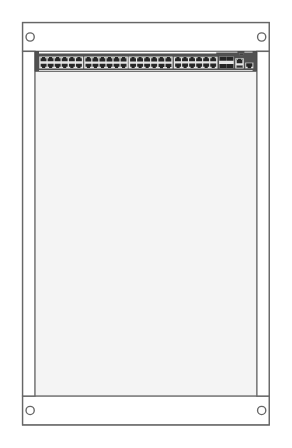
Before: Untitled Diagram.drawio in Slavik-Kek/Rack, a draw.io diagram. Source tidied: cells renumbered, new cells numbered last; positions are measured from the earlier drawing's top-left corner, leaving out a move shared by most shapes. Both pictures are drawn from the tidied source at 137%, with x=0, y=0 at pixel (22, 22).
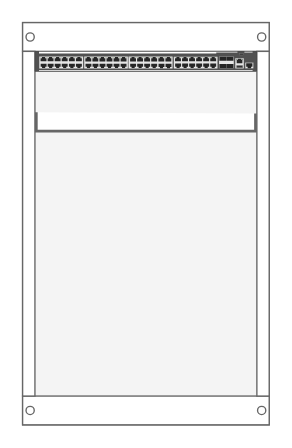
The same diagram, later.

Change to the diagram source:
```diff
@@
 <mxGraphModel>
   <root>
     <mxCell id="0" />
     <mxCell id="1" parent="0" />
     <mxCell id="2" style="strokeColor=#666666;html=1;verticalLabelPosition=bottom;labelBackgroundColor=#ffffff;verticalAlign=top;shadow=0;dashed=0;shape=mxgraph.rackGeneral.rackCabinet3;rackUnitSize=14.8;fillColor2=#f4f4f4;allowGaps=1;textColor=#666666;numDisp=off;" parent="1" vertex="1">
       <mxGeometry width="180" height="300" as="geometry" />
     </mxCell>
     <mxCell id="3" style="html=1;verticalLabelPosition=bottom;verticalAlign=top;shadow=0;dashed=0;shape=mxgraph.rack.hpe_aruba.switches.jl321a_aruba_2930m_48g_1_slot_switch;" parent="2" vertex="1">
       <mxGeometry x="9" y="21" width="162" height="14.8" as="geometry" />
     </mxCell>
+    <mxCell id="4" style="strokeColor=#666666;html=1;labelPosition=right;align=left;spacingLeft=15;shadow=0;dashed=0;shape=mxgraph.rackGeneral.shelf;" parent="2" vertex="1">
+      <mxGeometry x="9" y="65.4" width="162" height="14.8" as="geometry" />
+    </mxCell>
   </root>
 </mxGraphModel>
```
